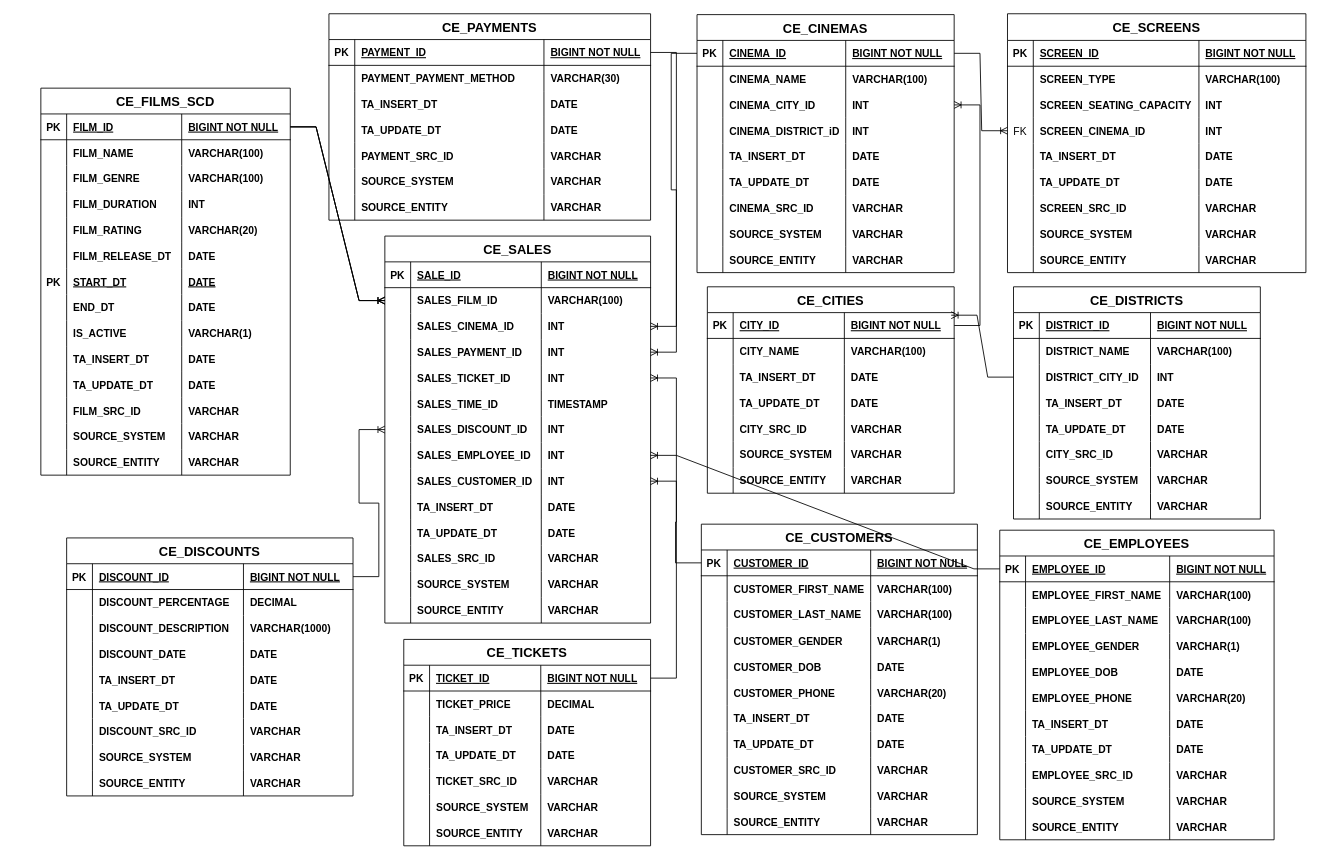
Earlier version of the draw.io diagram ticket_sales_3NF.drawio (GiorgiEz/DB-modeling). Source tidied: cells renumbered, new cells numbered last; positions are measured from the earlier drawing's top-left corner, leaving out a move shared by most shapes. Both pictures are drawn from the tidied source at 86%, with x=0, y=0 at pixel (40, 14).
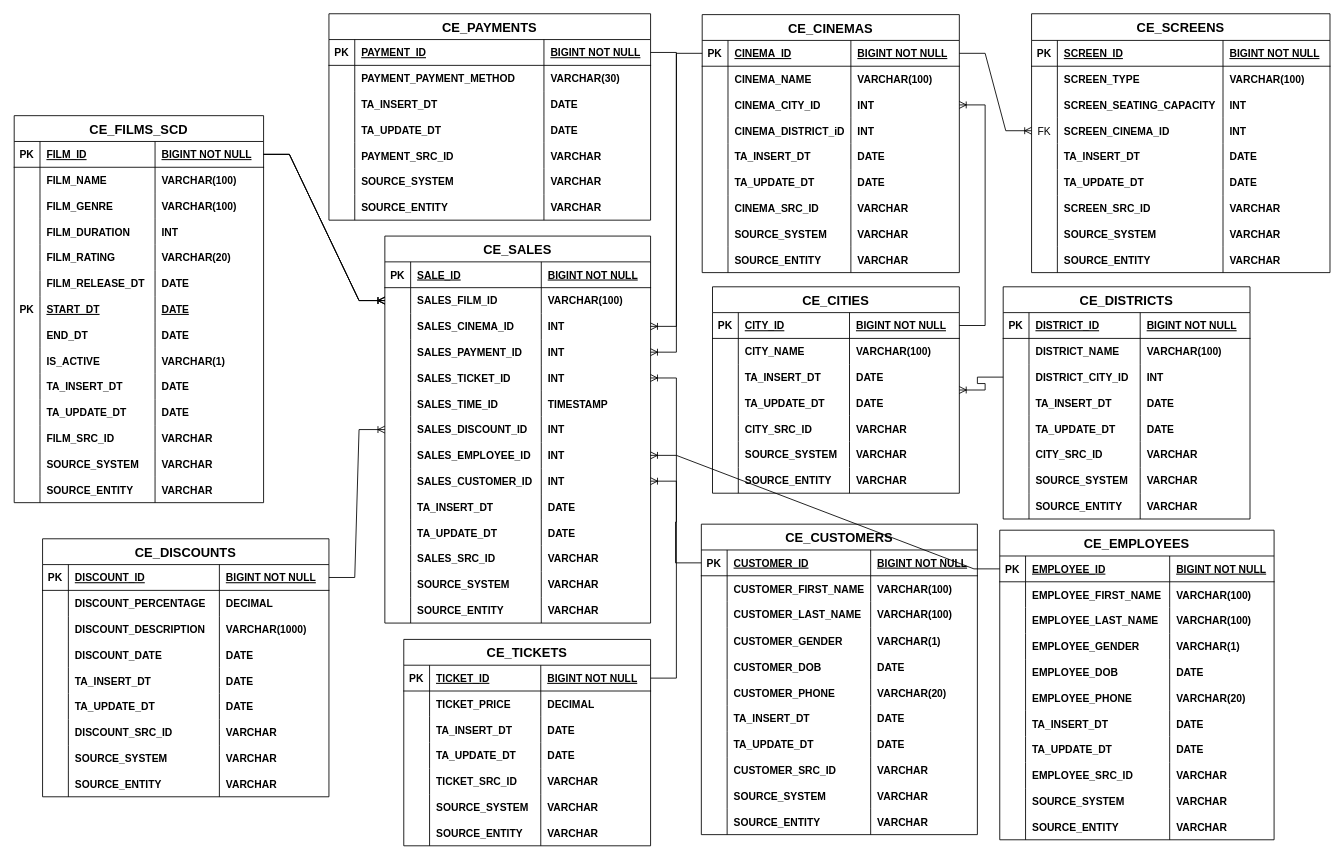
The same diagram, later.

The change refers to these unchanged cells:
```xml
<mxCell id="386" style="shape=partialRectangle;fillColor=none;points=[[0,0.5],[1,0.5]];portConstraint=eastwest;top=0;left=0;right=0;bottom=1;" parent="385" vertex="1">
  <mxGeometry y="30" width="287" height="30" as="geometry" />
</mxCell>
<mxCell id="424" style="shape=partialRectangle;fillColor=none;points=[[0,0.5],[1,0.5]];portConstraint=eastwest;top=0;left=0;right=0;bottom=0;" parent="415" vertex="1">
  <mxGeometry y="90" width="287" height="30" as="geometry" />
</mxCell>
```

Change to the diagram source:
```diff
@@
     <mxCell id="2" value="CE_FILMS_SCD" style="shape=table;startSize=30;childLayout=tableLayout;rowLines=0;fontStyle=1;align=center;fontSize=15;" parent="1" vertex="1">
-      <mxGeometry y="86" width="290" height="450" as="geometry" />
+      <mxGeometry x="-31" y="118" width="290" height="450" as="geometry" />
     </mxCell>
@@
     <mxCell id="59" value="CE_CINEMAS" style="shape=table;startSize=30;childLayout=tableLayout;rowLines=0;fontStyle=1;align=center;fontSize=15;" parent="1" vertex="1">
-      <mxGeometry x="763" y="0.5" width="299" height="300" as="geometry" />
+      <mxGeometry x="769" y="0.5" width="299" height="300" as="geometry" />
     </mxCell>
@@
     <mxCell id="96" value="CE_SCREENS" style="shape=table;startSize=31;childLayout=tableLayout;rowLines=0;fontStyle=1;align=center;fontSize=15;" parent="1" vertex="1">
-      <mxGeometry x="1124" y="-0.5" width="347" height="301" as="geometry" />
+      <mxGeometry x="1152" y="-0.5" width="347" height="301" as="geometry" />
     </mxCell>
@@
     <mxCell id="133" value="CE_DISCOUNTS" style="shape=table;startSize=30;childLayout=tableLayout;rowLines=0;fontStyle=1;align=center;fontSize=15;" parent="1" vertex="1">
-      <mxGeometry x="30" y="609" width="333" height="300" as="geometry" />
+      <mxGeometry x="2" y="610" width="333" height="300" as="geometry" />
     </mxCell>
@@
     <mxCell id="385" value="CE_CITIES" style="shape=table;startSize=30;childLayout=tableLayout;rowLines=0;fontStyle=1;align=center;fontSize=15;" parent="1" vertex="1">
-      <mxGeometry x="775" y="317" width="287" height="240" as="geometry" />
+      <mxGeometry x="781" y="317" width="287" height="240" as="geometry" />
     </mxCell>
@@
     <mxCell id="415" value="CE_DISTRICTS" style="shape=table;startSize=30;childLayout=tableLayout;rowLines=0;fontStyle=1;align=center;fontSize=15;" parent="1" vertex="1">
-      <mxGeometry x="1131" y="317" width="287" height="270" as="geometry" />
+      <mxGeometry x="1119" y="317" width="287" height="270" as="geometry" />
     </mxCell>
@@
-    <mxCell id="448" style="edgeStyle=entityRelationEdgeStyle;fontSize=12;html=1;endArrow=ERoneToMany;rounded=0;exitX=0;exitY=0.5;exitDx=0;exitDy=0;entryX=0.988;entryY=0.1;entryDx=0;entryDy=0;entryPerimeter=0;" parent="1" edge="1" source="424" target="386">
+    <mxCell id="448" style="edgeStyle=entityRelationEdgeStyle;fontSize=12;html=1;endArrow=ERoneToMany;rounded=0;exitX=0;exitY=0.5;exitDx=0;exitDy=0;" parent="1" edge="1" source="424" target="385">
       <mxGeometry relative="1" as="geometry">
         <Array as="points">
           <mxPoint x="211" y="444" />
           <mxPoint x="275" y="475" />
           <mxPoint x="275" y="479" />
           <mxPoint x="190" y="452" />
           <mxPoint x="189" y="449" />
         </Array>
       </mxGeometry>
     </mxCell>
```
